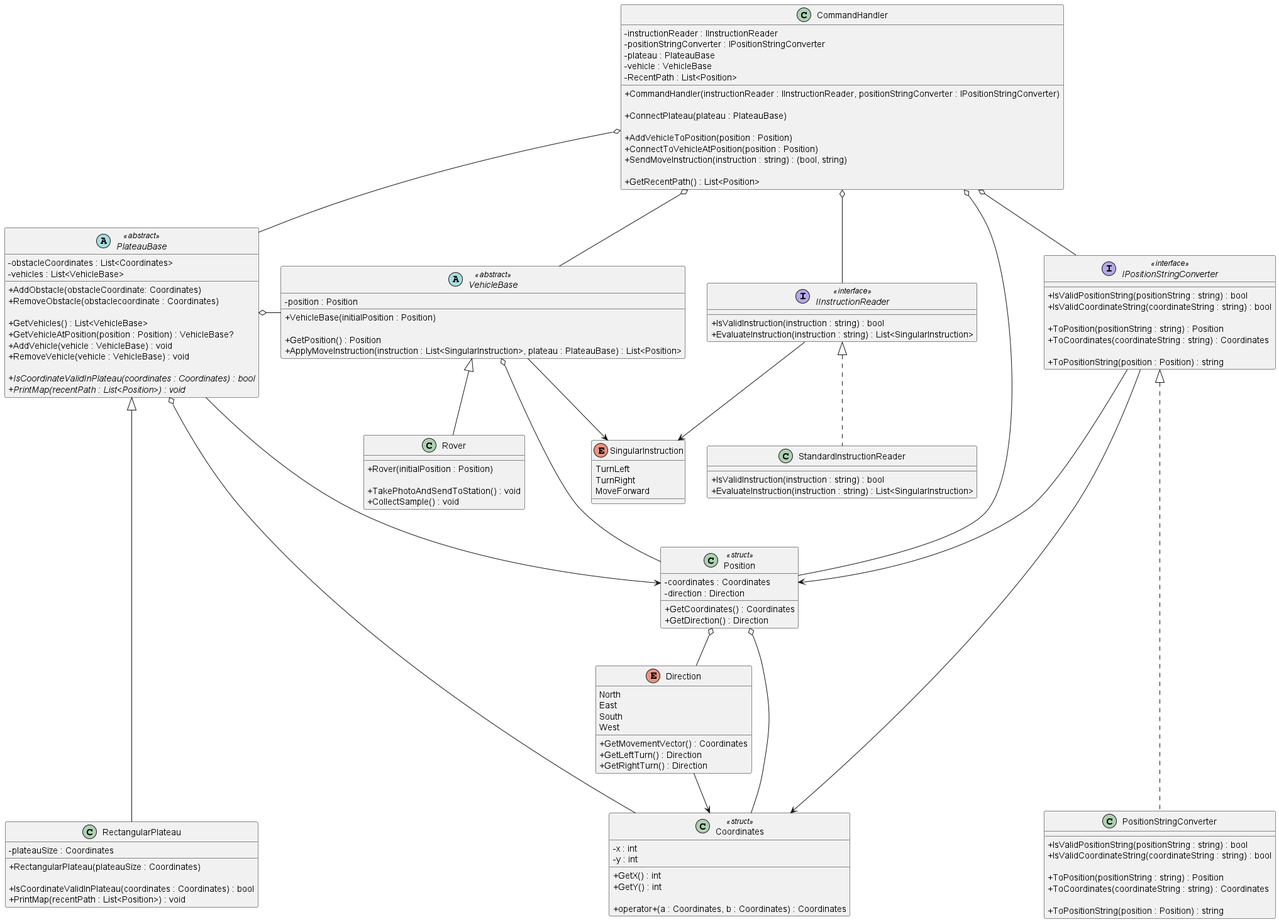
The PlantUML diagram diagrams/Mars Rover Challenge.png in iamfranco/MarsRoverChallenge, before a commit.
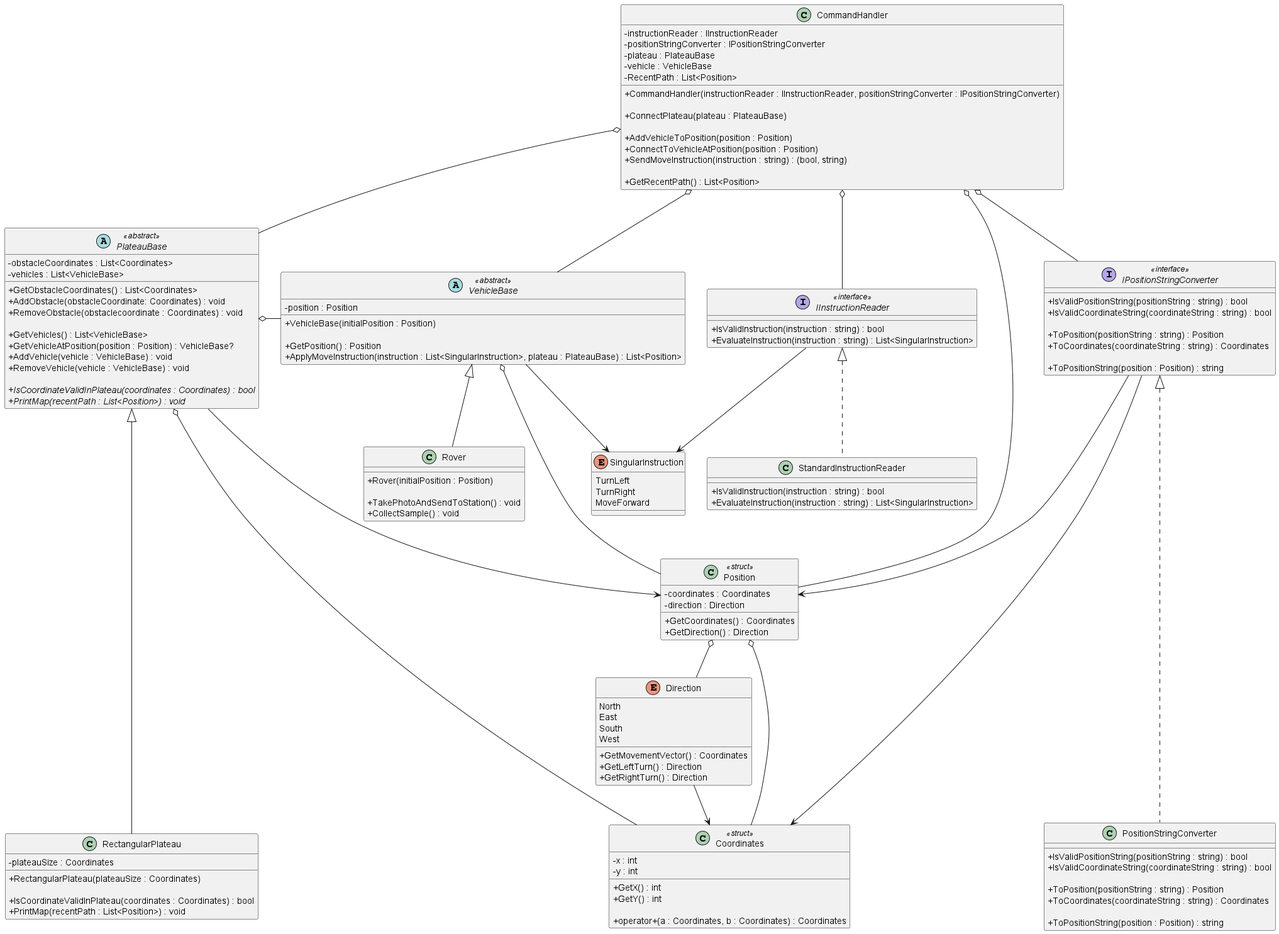
Later version of the same file.

Commit message:
UML: add GetObstacleCoordinates() method to VehicleBase, and add missing return types for some methods

Diff of the diagram source:
```diff
@@ -44,8 +44,9 @@
   - obstacleCoordinates : List<Coordinates>
   - vehicles : List<VehicleBase>
 
-  + AddObstacle(obstacleCoordinate: Coordinates)
-  + RemoveObstacle(obstaclecoordinate : Coordinates)
+  + GetObstacleCoordinates() : List<Coordinates>
+  + AddObstacle(obstacleCoordinate: Coordinates) : void
+  + RemoveObstacle(obstaclecoordinate : Coordinates) : void
 
   + GetVehicles() : List<VehicleBase>
   + GetVehicleAtPosition(position : Position) : VehicleBase?
```
